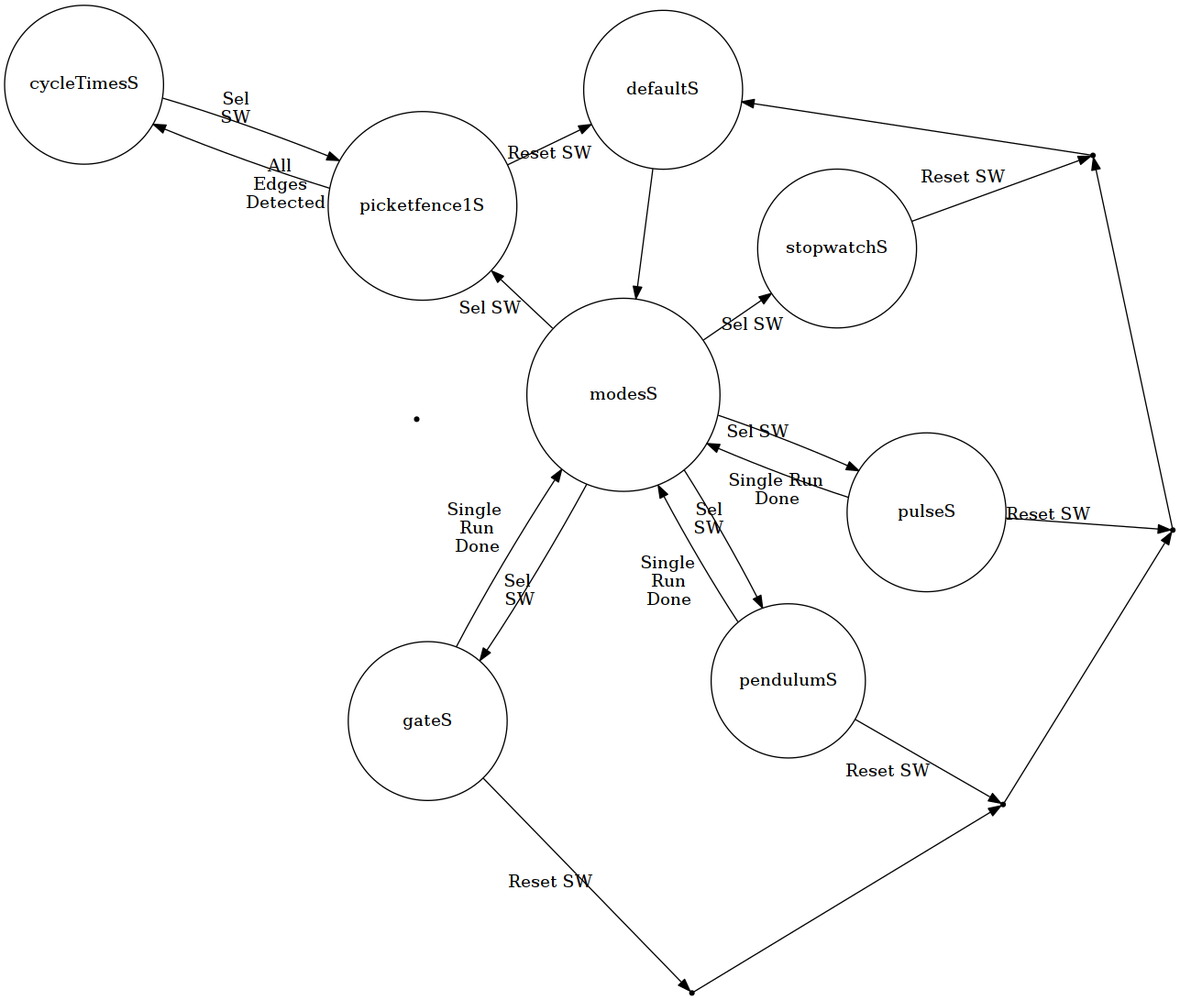
Before: image/mancyclemode.png, a diagram exported from Graphviz (danpeirce/photogate-box-ssd1306term). Its source is kept beside it as mancyclemode.gv.
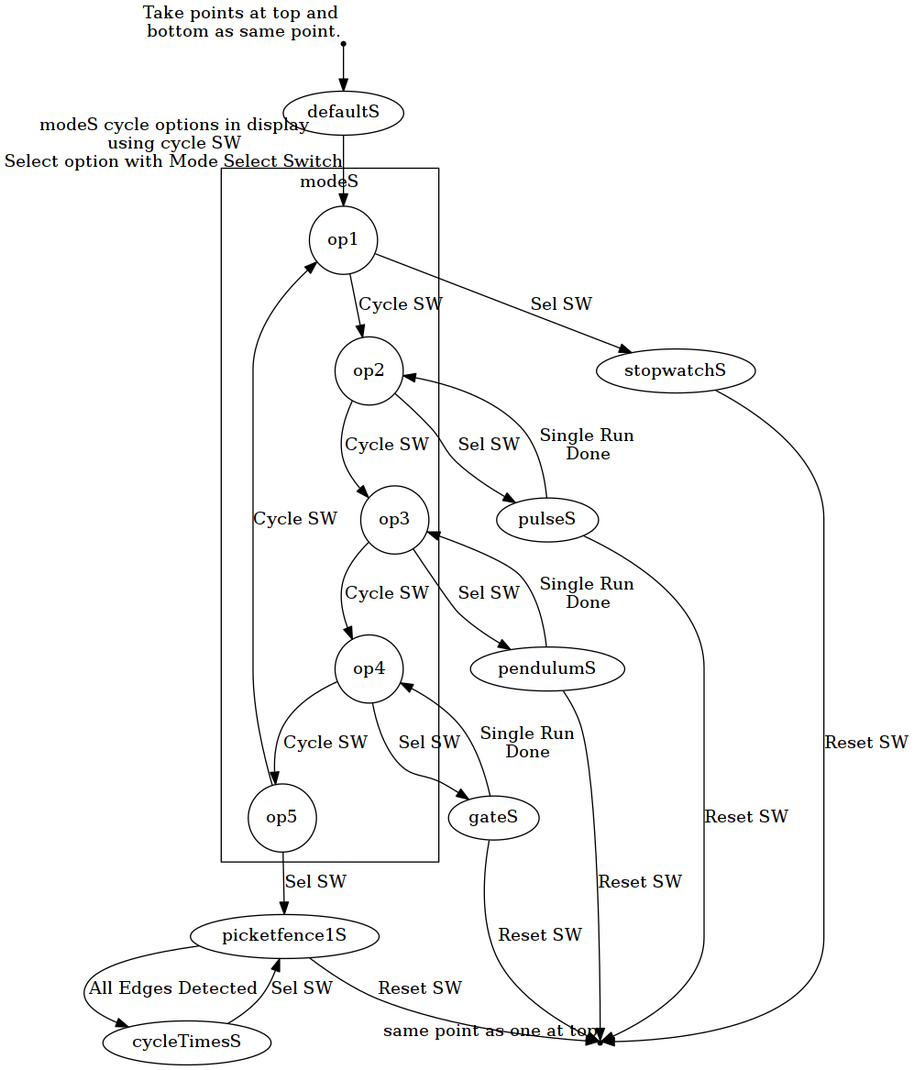
After the change.

Commit message:
revert 2nd state transition diagram

What changed in the source:
```diff
@@ -1,48 +1,41 @@
 digraph finite_state_machine {
         overlap=false;
-        splines="true";
-        graph [ranksep="0.525", nodesep="0.5"];
-	    end1 [shape=point, pos = "0, 4"];
-	    end2 [shape=point, pos = "3.46, 2"];
-	    end3 [shape=point, pos = "3.46, -2"];
-	    end4 [shape=point, pos = "-3.46, -2"];
-	    end5 [shape=point, pos = "-3.46, 2"];
+        start [shape=point, xlabel=<Take points at top and<br /> bottom as same point.>];
+	    end [shape=point, xlabel = "same point as one at top"];
 
-        defaultS [ pos = "0,3", shape = circle, height = "1.8"];
-        modesS [ pos = "0,0" , shape = circle, height = "2.2"];
-        stopwatchS [ pos = "2.6, 1.5" , shape = circle ];
-        pulseS [ pos = "2.6, -1.5", shape = circle, height = "1.8"];
-        pendulumS [ pos = "0, -1.5", shape = circle];
-        gateS [ pos = "-2.6, -1.5" , shape = circle, height = "1.8"];
-        picketfence1S [ pos = "-2.6, 1.5", shape = circle];
-        cycleTimesS [ shape = circle, height = "1.8"]
+        subgraph cluster_mode {
+                 node [shape = circle];
+                 op1 -> op2  [ label = "Cycle SW" ];
+                 op2 -> op3  [ label = "Cycle SW" ];
+                 op3 -> op4  [ label = "Cycle SW" ];
+                 op4 -> op5  [ label = "Cycle SW" ];
+                 op5 -> op1  [ label = "Cycle SW" ];
+                 label = "modeS";
 
-        defaultS -> modesS;
-        modesS -> stopwatchS [ label = "Sel SW"];
+        }
+        start -> defaultS
+        defaultS -> op1 [xlabel = <modeS cycle options in display<br />using cycle SW<br />Select option with Mode Select Switch> ];
 
 
+        op1 -> stopwatchS [ label = "Sel SW"]
+        stopwatchS -> end [ label = "Reset SW" ]
+        op2 -> pulseS [ label = "Sel SW" ]
+        pulseS -> op2 [ label = <Single Run<br />Done> ]
+        pulseS -> end [ label = "Reset SW" ]
+        op3 -> pendulumS [ label = "Sel SW" ]
+        pendulumS -> op3 [ label = <Single Run<br />Done>  ]
+        pendulumS -> end [ label = "Reset SW" ]
+        op4 -> gateS [ label = "Sel SW" ]
+        gateS -> op4 [ label = <Single Run<br />Done> ]
+        gateS -> end [ label = "Reset SW" ]
+        op5 -> picketfence1S [ label = "Sel SW" ]
+        picketfence1S -> end [ label = "Reset SW" ]
+        picketfence1S -> cycleTimesS [ label = "All Edges Detected" ]
+        cycleTimesS -> picketfence1S [ label = "Sel SW" ]
 
-        stopwatchS -> end1 [ label = <Reset SW> ]
-        end1 -> defaultS;
-        modesS -> pulseS [ label = <Sel SW> ]
-        pulseS -> modesS [ label = <Single Run<br />Done> ]
-        pulseS -> end2 [ label = <Reset SW> ]
-        modesS -> pendulumS [ label = <Sel<br />SW> ]
-        pendulumS -> modesS [ label = <Single<br />Run<br />Done>  ]
-        pendulumS -> end3 [ label = "Reset SW" ]
-        modesS -> gateS [ label = <Sel<br /> SW> ]
-        gateS -> modesS [ label = <Single <br />Run<br />Done> ]
-        gateS -> end4 [ label = "Reset SW" ]
-        modesS -> picketfence1S [ label = "Sel SW" ]
-        picketfence1S -> defaultS [ label = "Reset SW" ]
-        picketfence1S -> cycleTimesS [ label = <All <br />Edges <br /> Detected> ]
-        cycleTimesS -> picketfence1S [ label = <Sel<br />SW> ]
-        end2 -> end1;
-        end4 -> end3;
-        end3 -> end2;
 
 }
 
 /*
-fdp -Tpng mancyclemode.gv -o image/mancyclemode.png
+dot -Tpng mancyclemode.gv -o image/mancyclemode.png
 */
```
